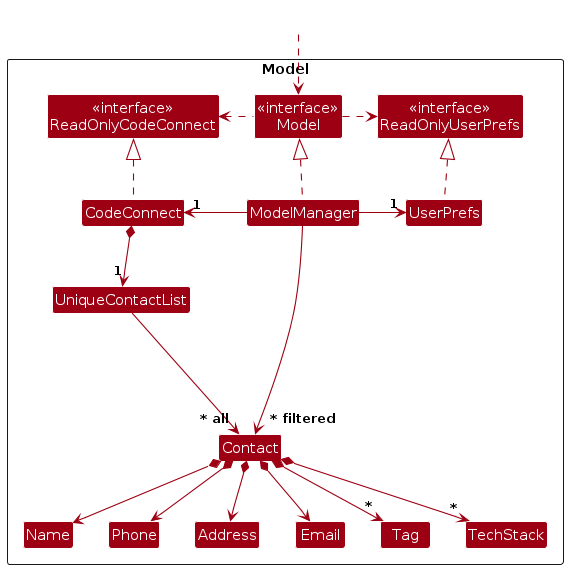
Earlier version of the PlantUML export diagrams/ModelClassDiagram.png (angsongyee/tp). Its source is kept beside it as diagrams/ModelClassDiagram.puml.
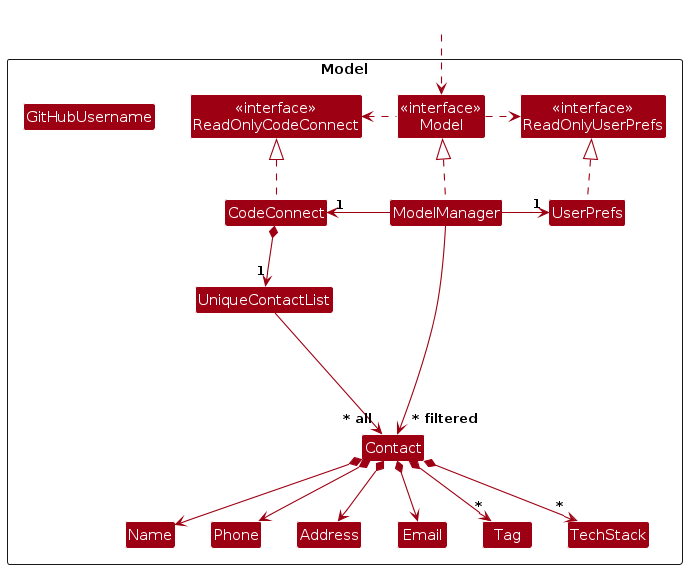
After the commit.

Change to the diagram source:
```diff
@@ -18,6 +18,7 @@
 Class Email
 Class Name
 Class Phone
+Class GitHubUsername
 Class Tag
 Class TechStack
 
```
